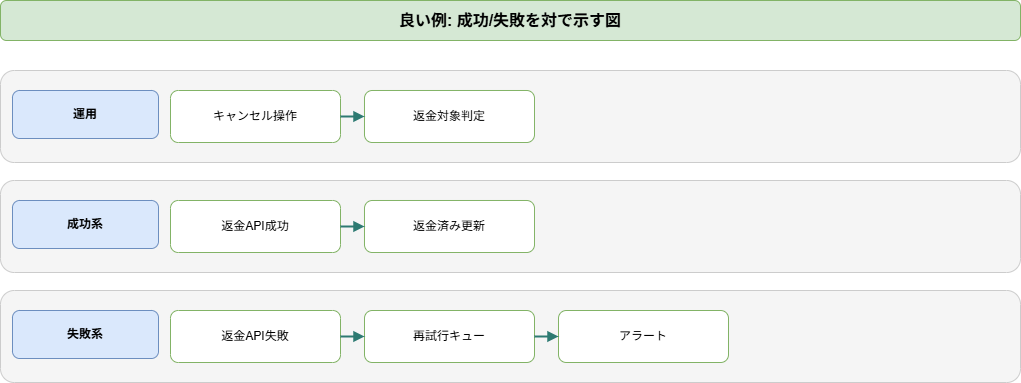
This is docs/zukai-drill/data/diagrams/easy-refund-flow_good-diagram.drawio.png from kaku3/workbooks, a draw.io export, as it was before one commit. Source tidied: cells renumbered, new cells last; positions are measured from the earlier drawing's top-left corner, leaving out a move shared by most shapes.
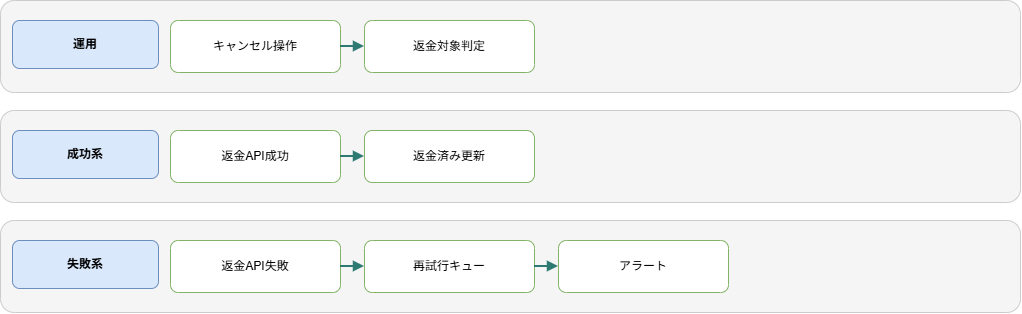
Later version of the same file.

The edit, as a diff of the source:
```diff
@@ -2,9 +2,6 @@
   <root>
     <mxCell id="0" />
     <mxCell id="1" parent="0" />
-    <mxCell id="2" value="良い例: 成功/失敗を対で示す図" style="rounded=1;whiteSpace=wrap;html=1;fillColor=#d5e8d4;strokeColor=#82b366;fontSize=16;fontStyle=1;" parent="1" vertex="1">
-      <mxGeometry width="1020" height="40" as="geometry" />
-    </mxCell>
     <mxCell id="3" style="rounded=1;whiteSpace=wrap;html=1;fillColor=#f5f5f5;strokeColor=#cccccc;" parent="1" vertex="1">
       <mxGeometry y="70" width="1020" height="92" as="geometry" />
     </mxCell>
```
